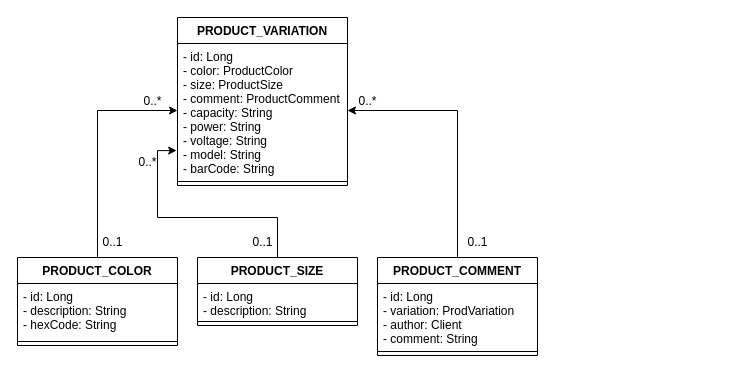
augustocesarsousa/draw-io keeps this draw.io diagram as ecommerce/backend/product.drawio. Above is the earlier version. Source tidied: cells renumbered, new cells numbered last; positions are measured from the earlier drawing's top-left corner, leaving out a move shared by most shapes. Both pictures are drawn from the tidied source at 100%, with x=0, y=0 at pixel (17, 17).
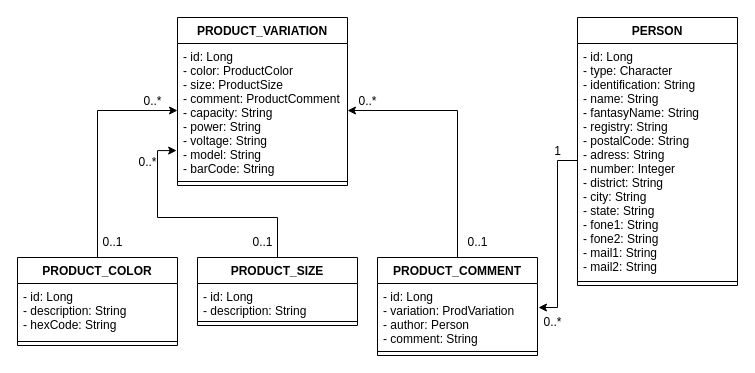
After the change.

Commit message:
Adicionado entidade Pessoa

Unchanged cells that the change refers to:
```xml
<mxCell id="3" value="PRODUCT_COMMENT" style="swimlane;fontStyle=1;align=center;verticalAlign=top;horizontal=1;startSize=26;" parent="1" vertex="1">
  <mxGeometry x="360" y="240" width="160" height="98" as="geometry" />
</mxCell>
```

Change to the diagram source:
```diff
@@
-    <mxCell id="4" value="- id: Long&#10;- variation: ProdVariation&#10;- author: Client&#10;- comment: String" style="text;strokeColor=none;fillColor=none;align=left;verticalAlign=top;spacingLeft=4;spacingRight=4;overflow=hidden;points=[[0,0.5],[1,0.5]];portConstraint=eastwest;" parent="3" vertex="1">
+    <mxCell id="4" value="- id: Long&#10;- variation: ProdVariation&#10;- author: Person&#10;- comment: String" style="text;strokeColor=none;fillColor=none;align=left;verticalAlign=top;spacingLeft=4;spacingRight=4;overflow=hidden;points=[[0,0.5],[1,0.5]];portConstraint=eastwest;" parent="3" vertex="1">
       <mxGeometry y="26" width="160" height="64" as="geometry" />
     </mxCell>
@@
+    <mxCell id="23" value="PERSON" style="swimlane;fontStyle=1;align=center;verticalAlign=top;horizontal=1;startSize=26;" parent="1" vertex="1">
+      <mxGeometry x="560" width="160" height="268" as="geometry" />
+    </mxCell>
+    <mxCell id="24" value="- id: Long&#10;- type: Character&#10;- identification: String&#10;- name: String&#10;- fantasyName: String&#10;- registry: String&#10;- postalCode: String&#10;- adress: String&#10;- number: Integer&#10;- district: String&#10;- city: String&#10;- state: String&#10;- fone1: String&#10;- fone2: String&#10;- mail1: String&#10;- mail2: String" style="text;strokeColor=none;fillColor=none;align=left;verticalAlign=top;spacingLeft=4;spacingRight=4;overflow=hidden;points=[[0,0.5],[1,0.5]];portConstraint=eastwest;" parent="23" vertex="1">
+      <mxGeometry y="26" width="160" height="234" as="geometry" />
+    </mxCell>
+    <mxCell id="25" style="line;strokeWidth=1;fillColor=none;align=left;verticalAlign=middle;spacingTop=-1;spacingLeft=3;spacingRight=3;labelPosition=right;strokeColor=inherit;" parent="23" vertex="1">
+      <mxGeometry y="260" width="160" height="8" as="geometry" />
+    </mxCell>
+    <mxCell id="26" style="edgeStyle=orthogonalEdgeStyle;rounded=0;jettySize=auto;html=1;entryX=1.006;entryY=0.375;entryDx=0;entryDy=0;entryPerimeter=0;" parent="1" edge="1" source="24" target="4">
+      <mxGeometry relative="1" as="geometry" />
+    </mxCell>
+    <mxCell id="27" value="1" style="text;html=1;align=center;verticalAlign=middle;strokeColor=none;fillColor=none;" parent="1" vertex="1">
+      <mxGeometry x="525" y="119" width="30" height="30" as="geometry" />
+    </mxCell>
+    <mxCell id="28" value="0..*" style="text;html=1;align=center;verticalAlign=middle;strokeColor=none;fillColor=none;" parent="1" vertex="1">
+      <mxGeometry x="515" y="290" width="40" height="30" as="geometry" />
+    </mxCell>
```
